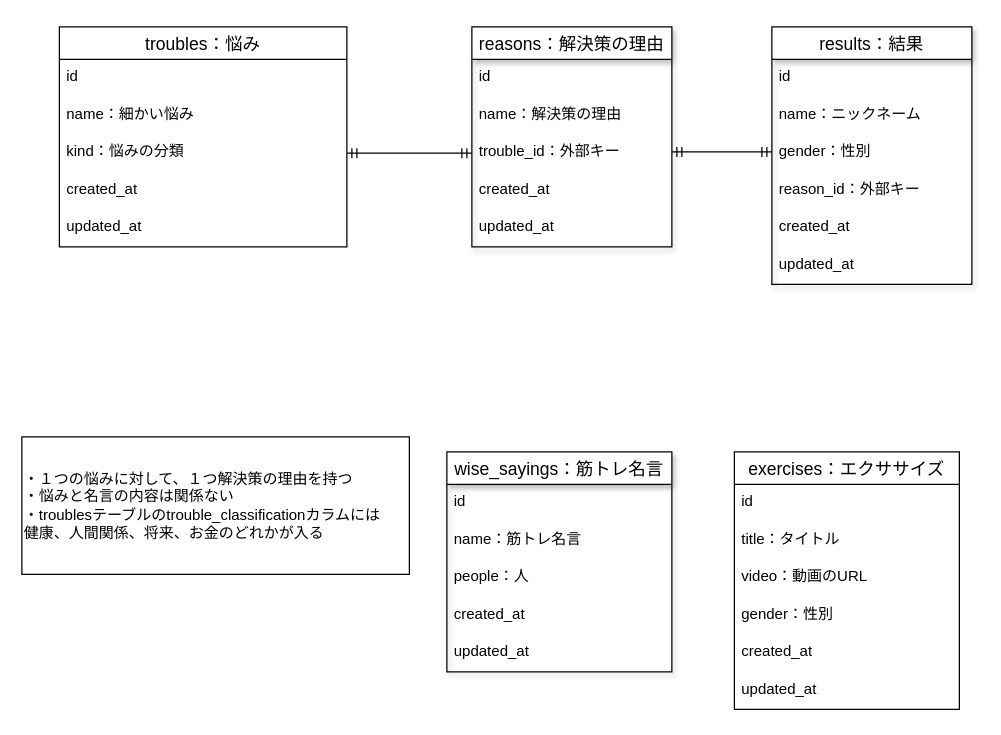
shogo-08020318/MUKINATOR keeps this draw.io diagram as ERD.dio. Above is the earlier version. Source tidied: cells renumbered, new cells numbered last; positions are measured from the earlier drawing's top-left corner, leaving out a move shared by most shapes. Both pictures are drawn from the tidied source at 125%, with x=0, y=0 at pixel (21, 26).
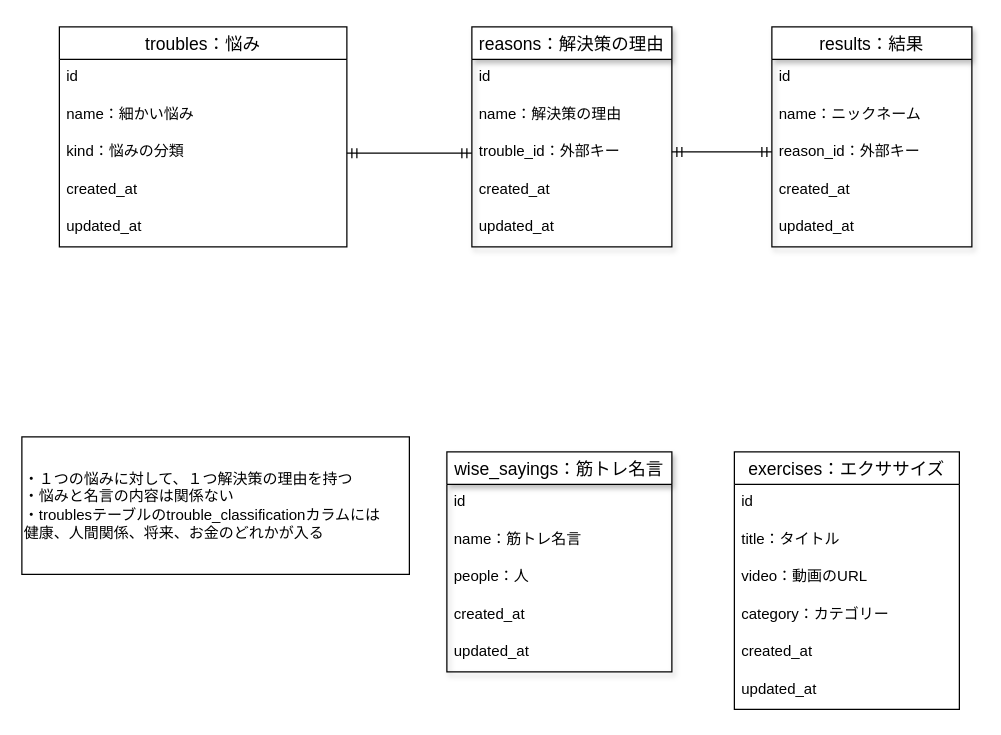
The same page after the edit.

Commit message:
Fix: results, exercisesテーブルのカラム変更

Unchanged cells that the change refers to:
```xml
<mxCell id="22" value="exercises：エクササイズ" style="swimlane;fontStyle=0;horizontal=1;startSize=26;align=center;fontSize=14;" parent="1" vertex="1">
  <mxGeometry x="570" y="340" width="180" height="206" as="geometry" />
</mxCell>
```

Change to the diagram source:
```diff
@@
-    <mxCell id="26" value="gender：性別" style="text;strokeColor=none;fillColor=none;spacingLeft=4;spacingRight=4;overflow=hidden;fontSize=12;" parent="22" vertex="1">
+    <mxCell id="26" value="category：カテゴリー" style="text;strokeColor=none;fillColor=none;spacingLeft=4;spacingRight=4;overflow=hidden;fontSize=12;" parent="22" vertex="1">
       <mxGeometry y="116" width="180" height="30" as="geometry" />
     </mxCell>
@@
     <mxCell id="29" value="results：結果" style="swimlane;fontStyle=0;horizontal=1;startSize=26;align=center;fontSize=14;shadow=1;" parent="1" vertex="1">
-      <mxGeometry x="600" width="160" height="206" as="geometry" />
+      <mxGeometry x="600" width="160" height="176" as="geometry" />
     </mxCell>
@@
-    <mxCell id="32" value="gender：性別" style="text;strokeColor=none;fillColor=none;spacingLeft=4;spacingRight=4;overflow=hidden;fontSize=12;" parent="29" vertex="1">
-      <mxGeometry y="86" width="160" height="30" as="geometry" />
-    </mxCell>
     <mxCell id="33" value="reason_id：外部キー" style="text;strokeColor=none;fillColor=none;spacingLeft=4;spacingRight=4;overflow=hidden;fontSize=12;" parent="29" vertex="1">
-      <mxGeometry y="116" width="160" height="30" as="geometry" />
+      <mxGeometry y="86" width="160" height="30" as="geometry" />
     </mxCell>
     <mxCell id="34" value="created_at" style="text;strokeColor=none;fillColor=none;spacingLeft=4;spacingRight=4;overflow=hidden;fontSize=12;" parent="29" vertex="1">
-      <mxGeometry y="146" width="160" height="30" as="geometry" />
+      <mxGeometry y="116" width="160" height="30" as="geometry" />
     </mxCell>
     <mxCell id="35" value="updated_at" style="text;strokeColor=none;fillColor=none;spacingLeft=4;spacingRight=4;overflow=hidden;fontSize=12;" parent="29" vertex="1">
-      <mxGeometry y="176" width="160" height="30" as="geometry" />
+      <mxGeometry y="146" width="160" height="30" as="geometry" />
     </mxCell>
```
